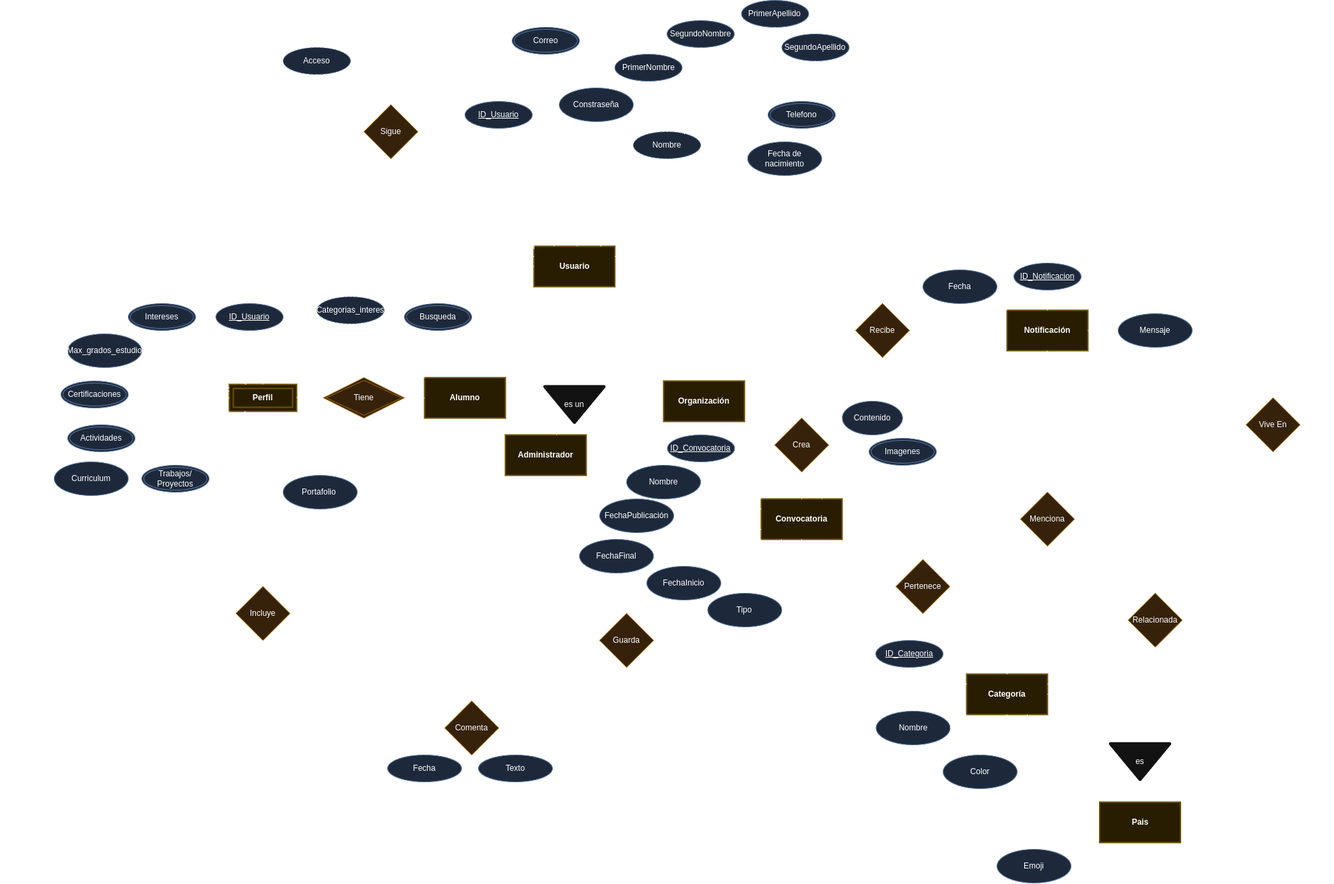
The draw.io diagram docs/diagrams/entidadRelacion.png in arielmerinos/IngenieriaSoftware, before a commit. Source tidied: cells renumbered, new cells last; positions are measured from the earlier drawing's top-left corner, leaving out a move shared by most shapes.
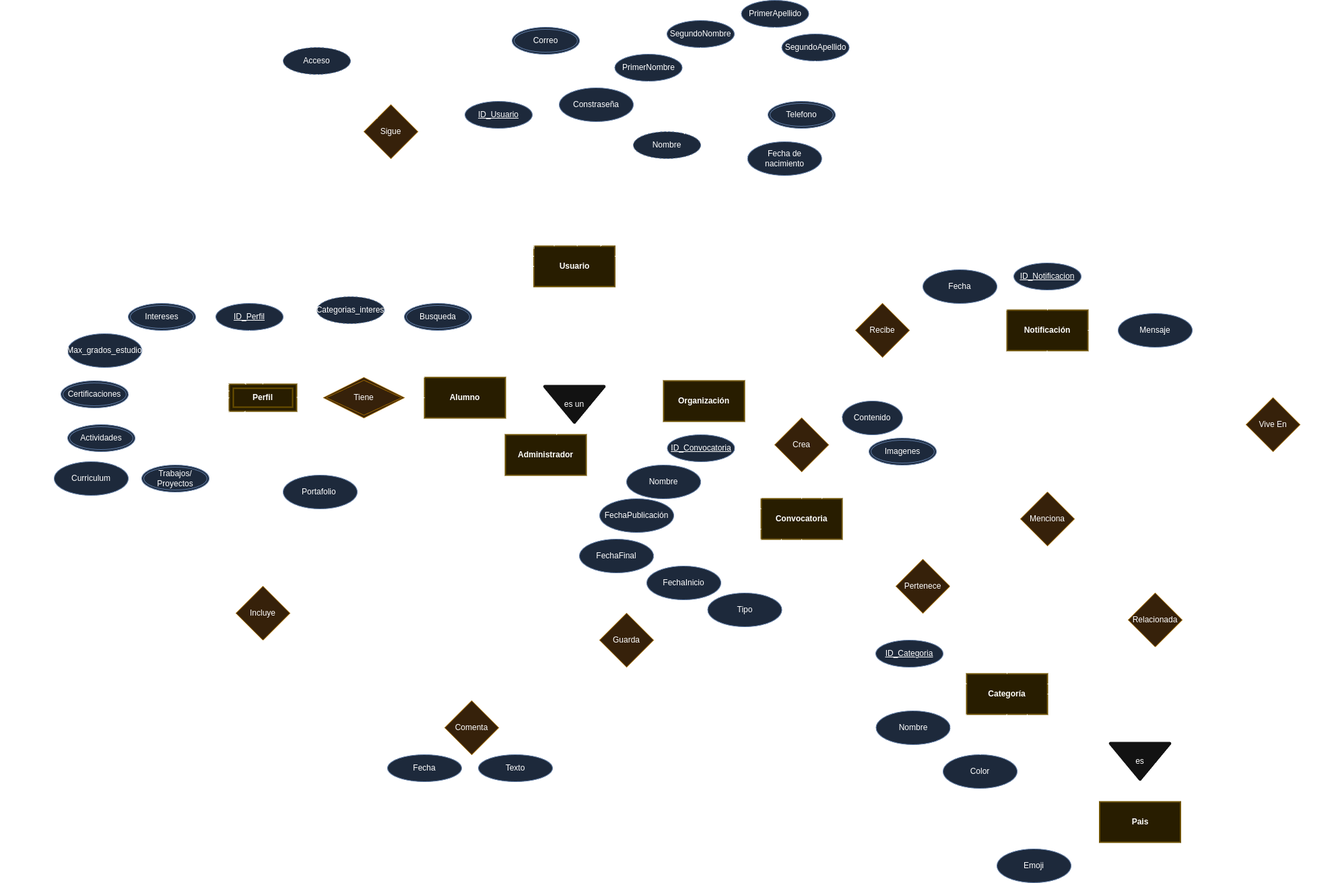
After the commit.

The edit, as a diff of the source:
```diff
@@ -112,7 +112,7 @@
     <mxCell id="31" value="Constraseña" style="ellipse;whiteSpace=wrap;html=1;fillColor=#dae8fc;strokeColor=#6c8ebf;" parent="1" vertex="1">
       <mxGeometry x="830" y="130" width="110" height="50" as="geometry" />
     </mxCell>
-    <mxCell id="32" style="rounded=0;jettySize=auto;html=1;endArrow=none;startFill=0;" parent="1" edge="1" source="33" target="19">
+    <mxCell id="32" style="rounded=0;jettySize=auto;html=1;endArrow=none;startFill=0;exitX=1;exitY=0.5;exitDx=0;exitDy=0;" parent="1" edge="1" source="33" target="19">
       <mxGeometry relative="1" as="geometry" />
     </mxCell>
     <mxCell id="33" value="Max_grados_estudio" style="ellipse;whiteSpace=wrap;html=1;fillColor=#dae8fc;strokeColor=#6c8ebf;" parent="1" vertex="1">
@@ -226,7 +226,7 @@
     <mxCell id="66" value="Trabajos/ Proyectos" style="ellipse;shape=doubleEllipse;margin=3;whiteSpace=wrap;html=1;align=center;fillColor=#dae8fc;strokeColor=#6c8ebf;" parent="1" vertex="1">
       <mxGeometry x="210" y="690" width="100" height="40" as="geometry" />
     </mxCell>
-    <mxCell id="67" value="ID_Usuario" style="ellipse;whiteSpace=wrap;html=1;align=center;fontStyle=4;fillColor=#dae8fc;strokeColor=#6c8ebf;" parent="1" vertex="1">
+    <mxCell id="67" value="ID_Perfil" style="ellipse;whiteSpace=wrap;html=1;align=center;fontStyle=4;fillColor=#dae8fc;strokeColor=#6c8ebf;" parent="1" vertex="1">
       <mxGeometry x="320" y="450" width="100" height="40" as="geometry" />
     </mxCell>
     <mxCell id="68" style="rounded=0;jettySize=auto;html=1;endArrow=none;startFill=0;exitX=0.5;exitY=1;exitDx=0;exitDy=0;entryX=0.5;entryY=0;entryDx=0;entryDy=0;" parent="1" edge="1" source="67" target="19">
```
